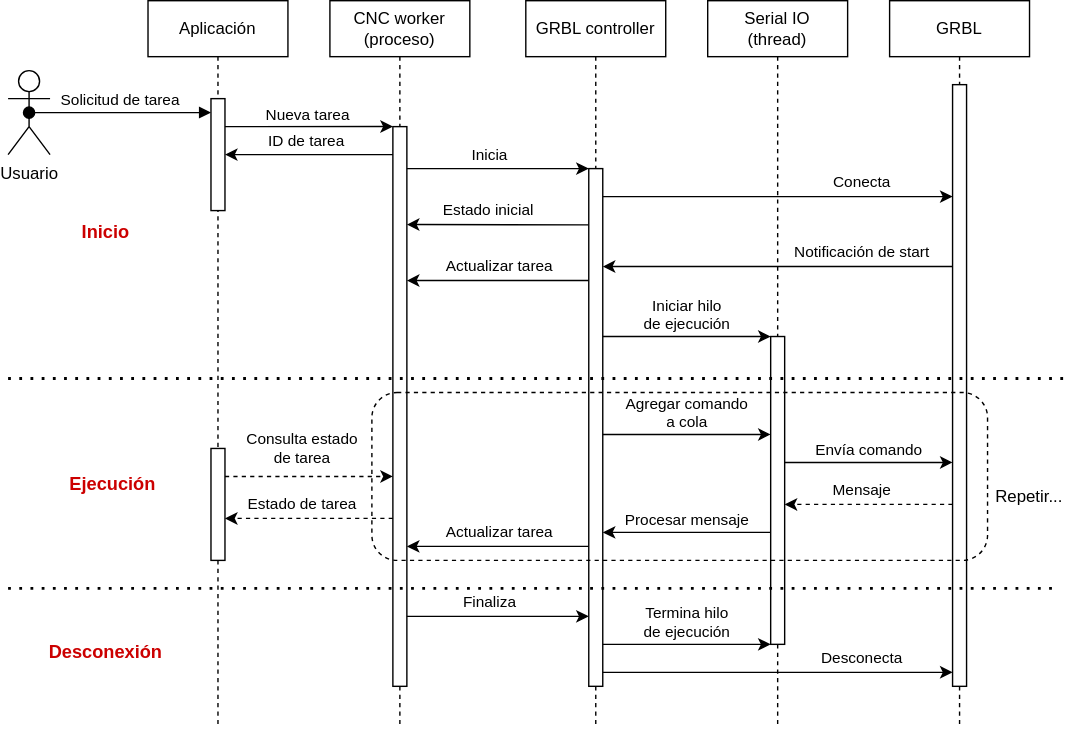
The draw.io diagram docs/design/sequence/run_scheduled_task.drawio.svg in Leandro-Bertoluzzi/remote-cnc, before a commit. Source tidied: cells renumbered, new cells last; positions are measured from the earlier drawing's top-left corner, leaving out a move shared by most shapes.
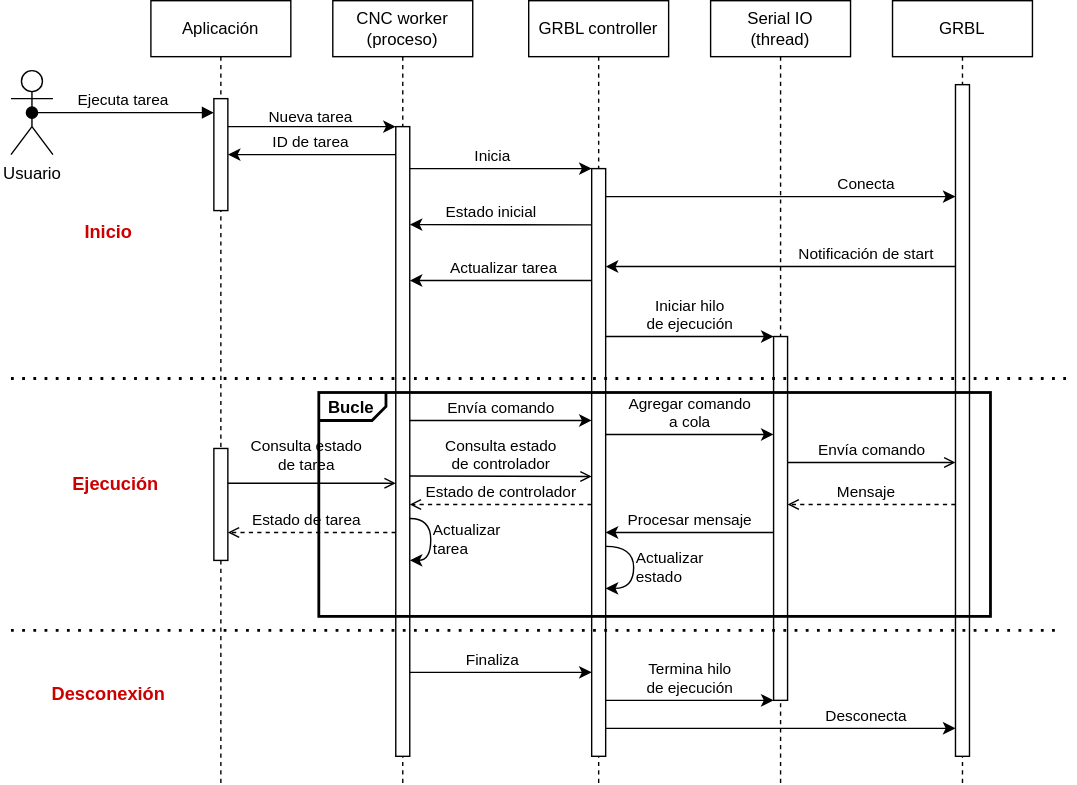
The same file after the commit.

Diff of the diagram source:
```diff
@@ -3,13 +3,13 @@
     <mxCell id="0" />
     <mxCell id="1" parent="0" />
     <mxCell id="2" value="&lt;div&gt;Serial IO&lt;/div&gt;&lt;div&gt;(thread)&lt;br&gt;&lt;/div&gt;" style="shape=umlLifeline;perimeter=lifelinePerimeter;whiteSpace=wrap;html=1;newEdgeStyle={&quot;edgeStyle&quot;:&quot;elbowEdgeStyle&quot;,&quot;elbow&quot;:&quot;vertical&quot;,&quot;curved&quot;:0,&quot;rounded&quot;:0};" parent="1" vertex="1">
-      <mxGeometry x="500" width="100" height="520" as="geometry" />
+      <mxGeometry x="500" width="100" height="560" as="geometry" />
     </mxCell>
     <mxCell id="3" style="html=1;perimeter=orthogonalPerimeter;targetShapes=umlLifeline;newEdgeStyle={&quot;edgeStyle&quot;:&quot;elbowEdgeStyle&quot;,&quot;elbow&quot;:&quot;vertical&quot;,&quot;curved&quot;:0,&quot;rounded&quot;:0};" parent="2" vertex="1">
-      <mxGeometry x="45" y="240" width="10" height="220" as="geometry" />
+      <mxGeometry x="45" y="240" width="10" height="260" as="geometry" />
     </mxCell>
     <mxCell id="4" value="Aplicación" style="shape=umlLifeline;perimeter=lifelinePerimeter;whiteSpace=wrap;html=1;newEdgeStyle={&quot;edgeStyle&quot;:&quot;elbowEdgeStyle&quot;,&quot;elbow&quot;:&quot;vertical&quot;,&quot;curved&quot;:0,&quot;rounded&quot;:0};" parent="1" vertex="1">
-      <mxGeometry x="100" width="100" height="520" as="geometry" />
+      <mxGeometry x="100" width="100" height="560" as="geometry" />
     </mxCell>
     <mxCell id="5" style="html=1;points=[];perimeter=orthogonalPerimeter;outlineConnect=0;targetShapes=umlLifeline;portConstraint=eastwest;newEdgeStyle={&quot;edgeStyle&quot;:&quot;elbowEdgeStyle&quot;,&quot;elbow&quot;:&quot;vertical&quot;,&quot;curved&quot;:0,&quot;rounded&quot;:0};" parent="4" vertex="1">
       <mxGeometry x="45" y="70" width="10" height="80" as="geometry" />
@@ -18,15 +18,15 @@
       <mxGeometry x="45" y="320" width="10" height="80" as="geometry" />
     </mxCell>
     <mxCell id="7" value="&lt;div&gt;CNC worker&lt;/div&gt;(proceso)" style="shape=umlLifeline;perimeter=lifelinePerimeter;whiteSpace=wrap;html=1;newEdgeStyle={&quot;edgeStyle&quot;:&quot;elbowEdgeStyle&quot;,&quot;elbow&quot;:&quot;vertical&quot;,&quot;curved&quot;:0,&quot;rounded&quot;:0};" parent="1" vertex="1">
-      <mxGeometry x="230" width="100" height="520" as="geometry" />
+      <mxGeometry x="230" width="100" height="560" as="geometry" />
     </mxCell>
     <mxCell id="8" style="html=1;points=[];perimeter=orthogonalPerimeter;outlineConnect=0;targetShapes=umlLifeline;portConstraint=eastwest;newEdgeStyle={&quot;edgeStyle&quot;:&quot;elbowEdgeStyle&quot;,&quot;elbow&quot;:&quot;vertical&quot;,&quot;curved&quot;:0,&quot;rounded&quot;:0};" parent="7" vertex="1">
-      <mxGeometry x="45" y="90" width="10" height="400" as="geometry" />
+      <mxGeometry x="45" y="90" width="10" height="450" as="geometry" />
     </mxCell>
     <mxCell id="9" value="Usuario" style="shape=umlActor;verticalLabelPosition=bottom;verticalAlign=top;html=1;outlineConnect=0;" parent="1" vertex="1">
       <mxGeometry y="50" width="30" height="60" as="geometry" />
     </mxCell>
-    <mxCell id="10" value="Solicitud de tarea" style="html=1;verticalAlign=bottom;startArrow=oval;endArrow=block;startSize=8;edgeStyle=elbowEdgeStyle;elbow=vertical;curved=0;rounded=0;exitX=0.5;exitY=0.5;exitDx=0;exitDy=0;exitPerimeter=0;" parent="1" edge="1" source="9" target="5">
+    <mxCell id="10" value="Ejecuta tarea" style="html=1;verticalAlign=bottom;startArrow=oval;endArrow=block;startSize=8;edgeStyle=elbowEdgeStyle;elbow=vertical;curved=0;rounded=0;exitX=0.5;exitY=0.5;exitDx=0;exitDy=0;exitPerimeter=0;labelPosition=center;verticalLabelPosition=top;align=center;" parent="1" edge="1" source="9" target="5">
       <mxGeometry relative="1" as="geometry" />
     </mxCell>
     <mxCell id="11" style="edgeStyle=elbowEdgeStyle;rounded=0;jettySize=auto;html=1;elbow=vertical;curved=0;" parent="1" edge="1" source="8" target="26">
@@ -42,10 +42,10 @@
       </mxGeometry>
     </mxCell>
     <mxCell id="13" value="GRBL" style="shape=umlLifeline;perimeter=lifelinePerimeter;whiteSpace=wrap;html=1;newEdgeStyle={&quot;edgeStyle&quot;:&quot;elbowEdgeStyle&quot;,&quot;elbow&quot;:&quot;vertical&quot;,&quot;curved&quot;:0,&quot;rounded&quot;:0};" parent="1" vertex="1">
-      <mxGeometry x="630" width="100" height="520" as="geometry" />
+      <mxGeometry x="630" width="100" height="560" as="geometry" />
     </mxCell>
     <mxCell id="14" style="html=1;points=[];perimeter=orthogonalPerimeter;outlineConnect=0;targetShapes=umlLifeline;portConstraint=eastwest;newEdgeStyle={&quot;edgeStyle&quot;:&quot;elbowEdgeStyle&quot;,&quot;elbow&quot;:&quot;vertical&quot;,&quot;curved&quot;:0,&quot;rounded&quot;:0};" parent="13" vertex="1">
-      <mxGeometry x="45" y="60" width="10" height="430" as="geometry" />
+      <mxGeometry x="45" y="60" width="10" height="480" as="geometry" />
     </mxCell>
     <mxCell id="15" style="edgeStyle=elbowEdgeStyle;rounded=0;jettySize=auto;html=1;elbow=horizontal;curved=0;" parent="1" edge="1" source="26" target="14">
       <mxGeometry relative="1" as="geometry">
@@ -110,12 +110,20 @@
       </mxGeometry>
     </mxCell>
     <mxCell id="25" value="GRBL controller" style="shape=umlLifeline;perimeter=lifelinePerimeter;whiteSpace=wrap;html=1;newEdgeStyle={&quot;edgeStyle&quot;:&quot;elbowEdgeStyle&quot;,&quot;elbow&quot;:&quot;vertical&quot;,&quot;curved&quot;:0,&quot;rounded&quot;:0};" parent="1" vertex="1">
-      <mxGeometry x="370" width="100" height="520" as="geometry" />
+      <mxGeometry x="370" width="100" height="560" as="geometry" />
     </mxCell>
     <mxCell id="26" style="html=1;points=[];perimeter=orthogonalPerimeter;outlineConnect=0;targetShapes=umlLifeline;portConstraint=eastwest;newEdgeStyle={&quot;edgeStyle&quot;:&quot;elbowEdgeStyle&quot;,&quot;elbow&quot;:&quot;vertical&quot;,&quot;curved&quot;:0,&quot;rounded&quot;:0};" parent="25" vertex="1">
-      <mxGeometry x="45" y="120" width="10" height="370" as="geometry" />
+      <mxGeometry x="45" y="120" width="10" height="420" as="geometry" />
     </mxCell>
+    <mxCell id="53" value="&lt;div&gt;Actualizar&lt;/div&gt;&lt;div&gt;estado&lt;br&gt;&lt;/div&gt;" style="endArrow=classic;html=1;rounded=0;edgeStyle=orthogonalEdgeStyle;curved=1;labelBackgroundColor=none;labelPosition=right;verticalLabelPosition=middle;align=left;verticalAlign=middle;" parent="25" edge="1" source="26" target="26">
+      <mxGeometry relative="1" as="geometry">
+        <Array as="points">
+          <mxPoint x="75" y="390" />
+          <mxPoint x="75" y="420" />
+        </Array>
+      </mxGeometry>
+    </mxCell>
-    <mxCell id="27" style="edgeStyle=elbowEdgeStyle;rounded=0;orthogonalLoop=1;jettySize=auto;html=1;elbow=vertical;curved=0;dashed=1;" parent="1" edge="1">
+    <mxCell id="27" style="edgeStyle=elbowEdgeStyle;rounded=0;orthogonalLoop=1;jettySize=auto;html=1;elbow=vertical;curved=0;dashed=1;endArrow=open;endFill=0;" parent="1" edge="1">
       <mxGeometry relative="1" as="geometry">
         <mxPoint x="675" y="360" as="sourcePoint" />
         <mxPoint x="555" y="360" as="targetPoint" />
@@ -140,28 +148,26 @@
         <mxPoint x="20" y="-8" as="offset" />
       </mxGeometry>
     </mxCell>
-    <mxCell id="31" style="edgeStyle=elbowEdgeStyle;rounded=0;orthogonalLoop=1;jettySize=auto;html=1;elbow=vertical;curved=0;" parent="1" edge="1">
+    <mxCell id="31" style="edgeStyle=elbowEdgeStyle;rounded=0;orthogonalLoop=1;jettySize=auto;html=1;elbow=vertical;curved=0;dashed=1;endArrow=open;endFill=0;" parent="1" edge="1">
       <mxGeometry relative="1" as="geometry">
-        <mxPoint x="415" y="390" as="sourcePoint" />
-        <mxPoint x="285" y="390" as="targetPoint" />
+        <mxPoint x="415" y="360" as="sourcePoint" />
+        <mxPoint x="285" y="360" as="targetPoint" />
         <Array as="points">
-          <mxPoint x="320" y="390" />
+          <mxPoint x="320" y="360" />
         </Array>
       </mxGeometry>
     </mxCell>
-    <mxCell id="32" value="Actualizar tarea" style="edgeLabel;html=1;align=center;verticalAlign=middle;" parent="31" vertex="1">
+    <mxCell id="32" value="Estado de controlador" style="edgeLabel;html=1;align=center;verticalAlign=middle;" parent="31" vertex="1">
       <mxGeometry x="-0.02" y="-1" relative="1" as="geometry">
-        <mxPoint y="-9" as="offset" />
+        <mxPoint x="-1" y="-9" as="offset" />
       </mxGeometry>
     </mxCell>
-    <mxCell id="33" value="&lt;div&gt;Repetir...&lt;/div&gt;" style="text;html=1;strokeColor=none;fillColor=none;align=center;verticalAlign=middle;whiteSpace=wrap;rounded=0;" parent="1" vertex="1">
-      <mxGeometry x="700" y="340" width="60" height="30" as="geometry" />
-    </mxCell>
-    <mxCell id="34" style="edgeStyle=elbowEdgeStyle;rounded=0;jettySize=auto;html=1;elbow=vertical;curved=0;dashed=1;" parent="1" edge="1" source="6">
+    <mxCell id="34" style="edgeStyle=elbowEdgeStyle;rounded=0;orthogonalLoop=1;jettySize=auto;html=1;elbow=vertical;curved=0;endArrow=open;endFill=0;" parent="1" edge="1">
       <mxGeometry relative="1" as="geometry">
-        <mxPoint x="275" y="340" as="targetPoint" />
+        <mxPoint x="155" y="344.8" as="sourcePoint" />
+        <mxPoint x="275" y="344.8" as="targetPoint" />
         <Array as="points">
-          <mxPoint x="200" y="340" />
+          <mxPoint x="200" y="344.8" />
         </Array>
       </mxGeometry>
     </mxCell>
@@ -170,11 +176,12 @@
         <mxPoint x="4" y="-21" as="offset" />
       </mxGeometry>
     </mxCell>
-    <mxCell id="36" style="edgeStyle=elbowEdgeStyle;rounded=0;jettySize=auto;html=1;elbow=vertical;curved=0;dashed=1;" parent="1" edge="1" target="6">
+    <mxCell id="36" style="edgeStyle=elbowEdgeStyle;rounded=0;orthogonalLoop=1;jettySize=auto;html=1;elbow=vertical;curved=0;dashed=1;endArrow=open;endFill=0;" parent="1" edge="1">
       <mxGeometry relative="1" as="geometry">
-        <mxPoint x="275" y="370" as="sourcePoint" />
+        <mxPoint x="275" y="380" as="sourcePoint" />
+        <mxPoint x="155" y="380" as="targetPoint" />
         <Array as="points">
-          <mxPoint x="200" y="370" />
+          <mxPoint x="200" y="380" />
         </Array>
       </mxGeometry>
     </mxCell>
@@ -191,8 +198,8 @@
     </mxCell>
     <mxCell id="39" style="endArrow=none;dashed=1;html=1;dashPattern=1 3;strokeWidth=2;rounded=0;" parent="1" edge="1">
       <mxGeometry relative="1" as="geometry">
-        <mxPoint y="420" as="sourcePoint" />
-        <mxPoint x="750" y="420" as="targetPoint" />
+        <mxPoint y="450" as="sourcePoint" />
+        <mxPoint x="750" y="450" as="targetPoint" />
       </mxGeometry>
     </mxCell>
     <mxCell id="40" value="&lt;b style=&quot;font-size: 13px;&quot;&gt;&lt;font color=&quot;#cc0000&quot; style=&quot;font-size: 13px;&quot;&gt;Inicio&lt;/font&gt;&lt;/b&gt;" style="text;html=1;strokeColor=none;fillColor=none;align=center;verticalAlign=middle;whiteSpace=wrap;rounded=0;fontSize=13;" parent="1" vertex="1">
@@ -201,7 +208,7 @@
     <mxCell id="41" value="&lt;font color=&quot;#cc0000&quot;&gt;&lt;b&gt;Ejecución&lt;/b&gt;&lt;/font&gt;" style="text;html=1;strokeColor=none;fillColor=none;align=center;verticalAlign=middle;whiteSpace=wrap;rounded=0;fontSize=13;" parent="1" vertex="1">
       <mxGeometry x="40" y="330" width="70" height="30" as="geometry" />
     </mxCell>
-    <mxCell id="42" value="Envía comando" style="endArrow=classic;html=1;rounded=0;labelPosition=center;verticalLabelPosition=top;align=center;verticalAlign=bottom;fontStyle=0;" parent="1" edge="1">
+    <mxCell id="42" value="Envía comando" style="endArrow=open;html=1;rounded=0;labelPosition=center;verticalLabelPosition=top;align=center;verticalAlign=bottom;fontStyle=0;endFill=0;" parent="1" edge="1">
       <mxGeometry relative="1" as="geometry">
         <mxPoint x="555" y="330" as="sourcePoint" />
         <mxPoint x="675" y="330" as="targetPoint" />
@@ -213,15 +220,12 @@
         <mxPoint x="545" y="310" as="targetPoint" />
       </mxGeometry>
     </mxCell>
-    <mxCell id="44" value="Procesar mensaje" style="endArrow=classic;html=1;rounded=0;labelPosition=center;verticalLabelPosition=top;align=center;verticalAlign=bottom;" parent="1" edge="1">
+    <mxCell id="44" value="Procesar mensaje" style="endArrow=classic;html=1;rounded=0;labelPosition=center;verticalLabelPosition=top;align=center;verticalAlign=bottom;endFill=1;" parent="1" edge="1">
       <mxGeometry relative="1" as="geometry">
         <mxPoint x="545" y="380" as="sourcePoint" />
         <mxPoint x="425" y="380" as="targetPoint" />
       </mxGeometry>
     </mxCell>
-    <mxCell id="45" style="rounded=1;whiteSpace=wrap;html=1;fillColor=none;dashed=1;" parent="1" vertex="1">
-      <mxGeometry x="260" y="280" width="440" height="120" as="geometry" />
-    </mxCell>
     <mxCell id="46" value="&lt;div&gt;Iniciar hilo&lt;/div&gt;&lt;div&gt;de ejecución&lt;br&gt;&lt;/div&gt;" style="endArrow=classic;html=1;rounded=0;labelPosition=center;verticalLabelPosition=top;align=center;verticalAlign=bottom;" parent="1" edge="1">
       <mxGeometry relative="1" as="geometry">
         <mxPoint x="425" y="240" as="sourcePoint" />
@@ -230,16 +234,16 @@
     </mxCell>
     <mxCell id="47" value="&lt;div&gt;Termina hilo&lt;/div&gt;de ejecución" style="endArrow=classic;html=1;rounded=0;labelPosition=center;verticalLabelPosition=top;align=center;verticalAlign=bottom;" parent="1" edge="1">
       <mxGeometry relative="1" as="geometry">
-        <mxPoint x="425" y="460" as="sourcePoint" />
-        <mxPoint x="545" y="460" as="targetPoint" />
+        <mxPoint x="425" y="500" as="sourcePoint" />
+        <mxPoint x="545" y="500" as="targetPoint" />
       </mxGeometry>
     </mxCell>
     <mxCell id="48" style="edgeStyle=elbowEdgeStyle;rounded=0;orthogonalLoop=1;jettySize=auto;html=1;elbow=horizontal;curved=0;" parent="1" edge="1">
       <mxGeometry relative="1" as="geometry">
-        <mxPoint x="425" y="480" as="sourcePoint" />
-        <mxPoint x="675" y="480" as="targetPoint" />
+        <mxPoint x="425" y="520" as="sourcePoint" />
+        <mxPoint x="675" y="520" as="targetPoint" />
         <Array as="points">
-          <mxPoint x="480" y="480" />
+          <mxPoint x="480" y="520" />
         </Array>
       </mxGeometry>
     </mxCell>
@@ -249,12 +253,14 @@
       </mxGeometry>
     </mxCell>
     <mxCell id="50" value="&lt;font color=&quot;#cc0000&quot;&gt;&lt;b&gt;Desconexión&lt;/b&gt;&lt;/font&gt;" style="text;html=1;strokeColor=none;fillColor=none;align=center;verticalAlign=middle;whiteSpace=wrap;rounded=0;fontSize=13;" parent="1" vertex="1">
-      <mxGeometry x="20" y="450" width="100" height="30" as="geometry" />
+      <mxGeometry x="20" y="480" width="100" height="30" as="geometry" />
     </mxCell>
-    <mxCell id="51" style="edgeStyle=elbowEdgeStyle;rounded=0;jettySize=auto;html=1;elbow=vertical;curved=0;" parent="1" edge="1" source="8" target="26">
+    <mxCell id="51" style="edgeStyle=elbowEdgeStyle;rounded=0;orthogonalLoop=1;jettySize=auto;html=1;elbow=vertical;curved=0;" parent="1" edge="1">
       <mxGeometry relative="1" as="geometry">
+        <mxPoint x="285" y="480" as="sourcePoint" />
+        <mxPoint x="415" y="480" as="targetPoint" />
         <Array as="points">
-          <mxPoint x="305" y="440" />
+          <mxPoint x="305" y="480" />
         </Array>
       </mxGeometry>
     </mxCell>
@@ -263,5 +269,30 @@
         <mxPoint x="-3" y="-13" as="offset" />
       </mxGeometry>
     </mxCell>
+    <mxCell id="54" value="Envía comando" style="edgeStyle=elbowEdgeStyle;rounded=0;orthogonalLoop=1;jettySize=auto;html=1;elbow=vertical;curved=0;labelPosition=center;verticalLabelPosition=top;align=center;verticalAlign=bottom;" parent="1" edge="1">
+      <mxGeometry relative="1" as="geometry">
+        <mxPoint x="285" y="300" as="sourcePoint" />
+        <mxPoint x="415" y="300" as="targetPoint" />
+      </mxGeometry>
+    </mxCell>
+    <mxCell id="55" value="&lt;div&gt;Consulta estado&lt;/div&gt;&lt;div&gt;de controlador&lt;/div&gt;" style="edgeStyle=elbowEdgeStyle;rounded=0;orthogonalLoop=1;jettySize=auto;html=1;elbow=vertical;curved=0;labelPosition=center;verticalLabelPosition=top;align=center;verticalAlign=bottom;endArrow=open;endFill=0;" parent="1" edge="1">
+      <mxGeometry relative="1" as="geometry">
+        <mxPoint x="285" y="339.7" as="sourcePoint" />
+        <mxPoint x="415" y="339.7" as="targetPoint" />
+      </mxGeometry>
+    </mxCell>
+    <mxCell id="56" value="&lt;div&gt;Actualizar&lt;/div&gt;&lt;div&gt;tarea&lt;br&gt;&lt;/div&gt;" style="endArrow=classic;html=1;rounded=0;edgeStyle=orthogonalEdgeStyle;curved=1;labelBackgroundColor=none;labelPosition=right;verticalLabelPosition=middle;align=left;verticalAlign=middle;" parent="1" edge="1">
+      <mxGeometry relative="1" as="geometry">
+        <mxPoint x="285" y="370" as="sourcePoint" />
+        <mxPoint x="285" y="400" as="targetPoint" />
+        <Array as="points">
+          <mxPoint x="300" y="370" />
+          <mxPoint x="300" y="400" />
+        </Array>
+      </mxGeometry>
+    </mxCell>
+    <mxCell id="57" value="Bucle" style="fillColor=none;html=1;shape=mxgraph.sysml.package;labelX=48;fontStyle=1;align=left;verticalAlign=top;spacingLeft=5;spacingTop=-3;strokeWidth=2;" parent="1" vertex="1">
+      <mxGeometry x="220" y="280" width="480" height="160" as="geometry" />
+    </mxCell>
   </root>
 </mxGraphModel>
```
